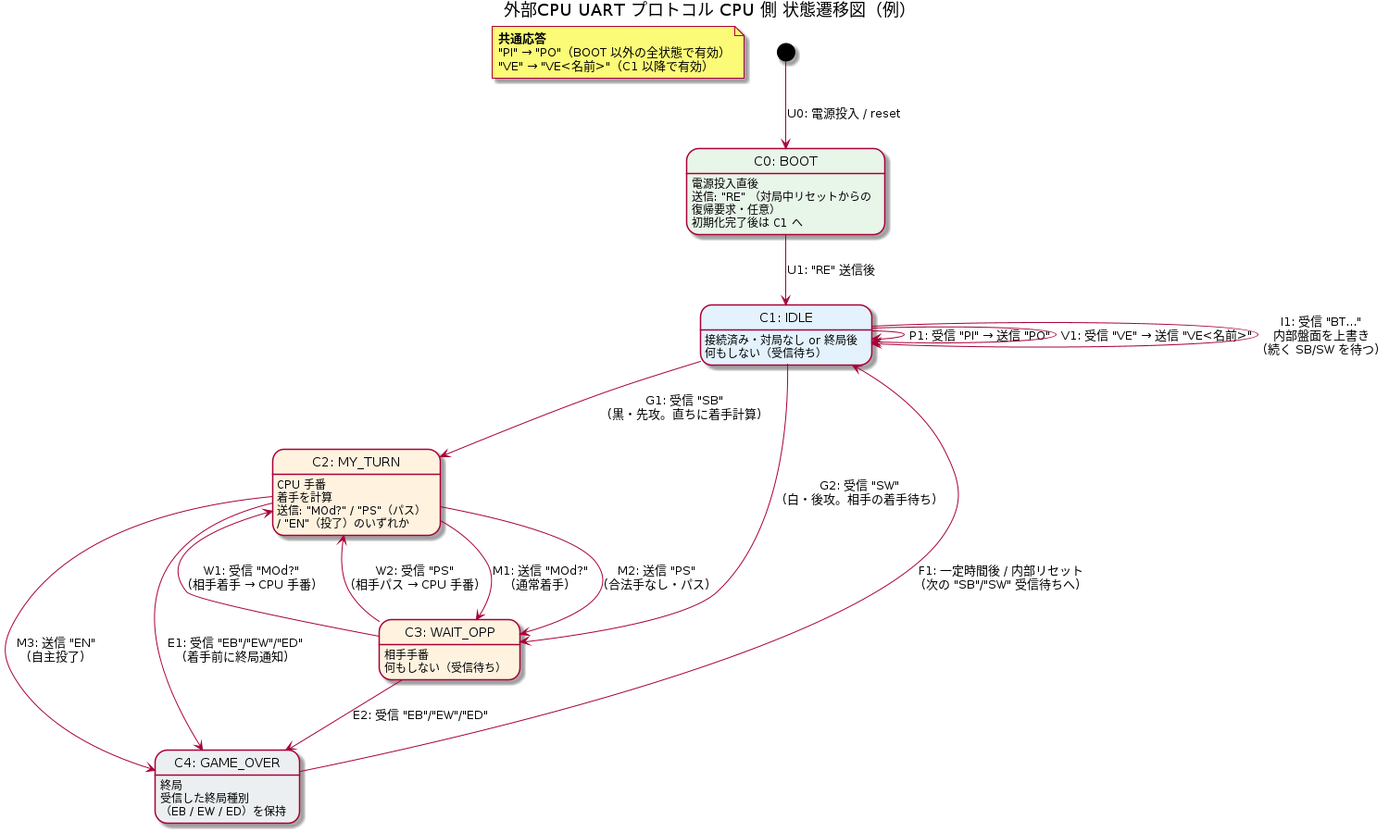
tommie-jp/tommie-chat keeps this PlantUML diagram as doc/reversi/59-state-external-cpu.png. Above is the earlier version. Its source is kept beside it as doc/reversi/59-state-external-cpu.puml.
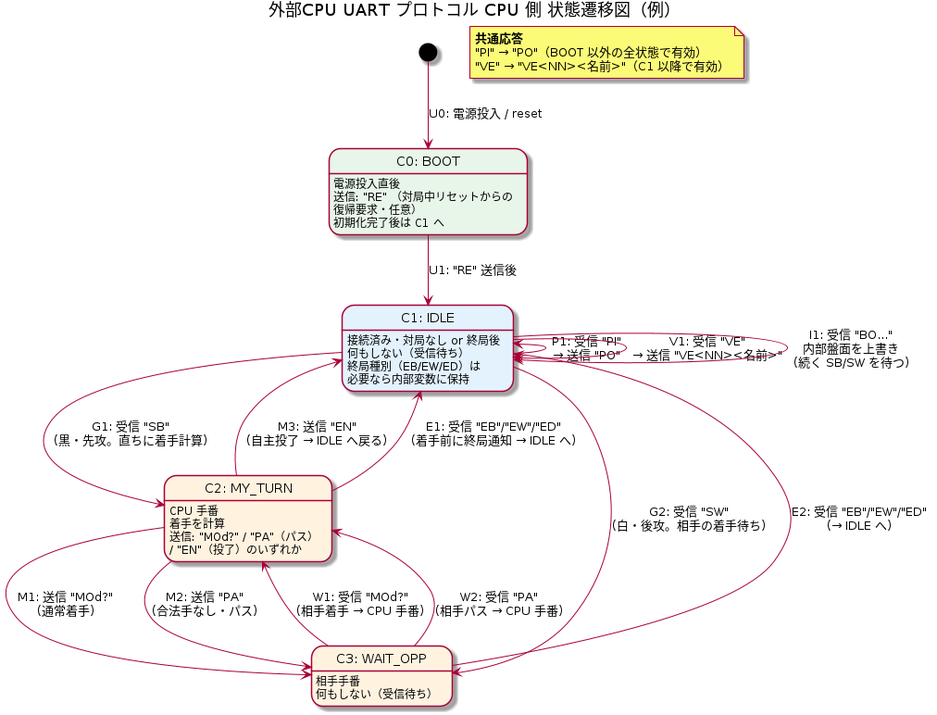
Later version of the same file.

Diff of the diagram source:
```diff
@@ -5,7 +5,6 @@
     BackgroundColor<<boot>> #E8F5E9
     BackgroundColor<<idle>> #E3F2FD
     BackgroundColor<<play>> #FFF3E0
-    BackgroundColor<<over>> #ECEFF1
 }
 
 
@@ -19,12 +18,14 @@
 state "C1: IDLE" as Idle <<idle>> {
     Idle : 接続済み・対局なし or 終局後
     Idle : 何もしない（受信待ち）
+    Idle : 終局種別（EB/EW/ED）は
+    Idle :   必要なら内部変数に保持
 }
 
 state "C2: MY_TURN" as MyTurn <<play>> {
     MyTurn : CPU 手番
     MyTurn : 着手を計算
-    MyTurn : 送信: "MOd?" / "PS"（パス）
+    MyTurn : 送信: "MOd?" / "PA"（パス）
     MyTurn :   / "EN"（投了）のいずれか
 }
 
@@ -33,40 +34,32 @@
     WaitOpp : 何もしない（受信待ち）
 }
 
-state "C4: GAME_OVER" as Over <<over>> {
-    Over : 終局
-    Over : 受信した終局種別
-    Over :   （EB / EW / ED）を保持
-}
-
 note as N1
   **共通応答**
   "PI" → "PO"（BOOT 以外の全状態で有効）
-  "VE" → "VE<名前>"（C1 以降で有効）
+  "VE" → "VE<NN><名前>"（C1 以降で有効）
 end note
 
-Idle    --> Idle    : P1: 受信 "PI" → 送信 "PO"
-Idle    --> Idle    : V1: 受信 "VE" → 送信 "VE<名前>"
+Idle    -left->  Idle    : P1: 受信 "PI"\n→ 送信 "PO"
+Idle    -right-> Idle    : V1: 受信 "VE"\n→ 送信 "VE<NN><名前>"
 
 
 [*] --> Boot : U0: 電源投入 / reset
 Boot --> Idle : U1: "RE" 送信後
 
-Idle --> Idle : I1: 受信 "BT..."\n内部盤面を上書き\n(続く SB/SW を待つ)
+Idle --> Idle : I1: 受信 "BO..."\n内部盤面を上書き\n(続く SB/SW を待つ)
 
 Idle --> MyTurn : G1: 受信 "SB"\n(黒・先攻。直ちに着手計算)
 Idle --> WaitOpp : G2: 受信 "SW"\n(白・後攻。相手の着手待ち)
 
 MyTurn --> WaitOpp : M1: 送信 "MOd?"\n(通常着手)
-MyTurn --> WaitOpp : M2: 送信 "PS"\n(合法手なし・パス)
-MyTurn --> Over   : M3: 送信 "EN"\n(自主投了)
+MyTurn --> WaitOpp : M2: 送信 "PA"\n(合法手なし・パス)
+MyTurn --> Idle   : M3: 送信 "EN"\n(自主投了 → IDLE へ戻る)
 
 WaitOpp --> MyTurn : W1: 受信 "MOd?"\n(相手着手 → CPU 手番)
-WaitOpp --> MyTurn : W2: 受信 "PS"\n(相手パス → CPU 手番)
+WaitOpp --> MyTurn : W2: 受信 "PA"\n(相手パス → CPU 手番)
 
-MyTurn  --> Over : E1: 受信 "EB"/"EW"/"ED"\n(着手前に終局通知)
-WaitOpp --> Over : E2: 受信 "EB"/"EW"/"ED"
-
-Over --> Idle : F1: 一定時間後 / 内部リセット\n(次の "SB"/"SW" 受信待ちへ)
+MyTurn  --> Idle : E1: 受信 "EB"/"EW"/"ED"\n(着手前に終局通知 → IDLE へ)
+WaitOpp --> Idle : E2: 受信 "EB"/"EW"/"ED"\n(→ IDLE へ)
 
 @enduml
```
